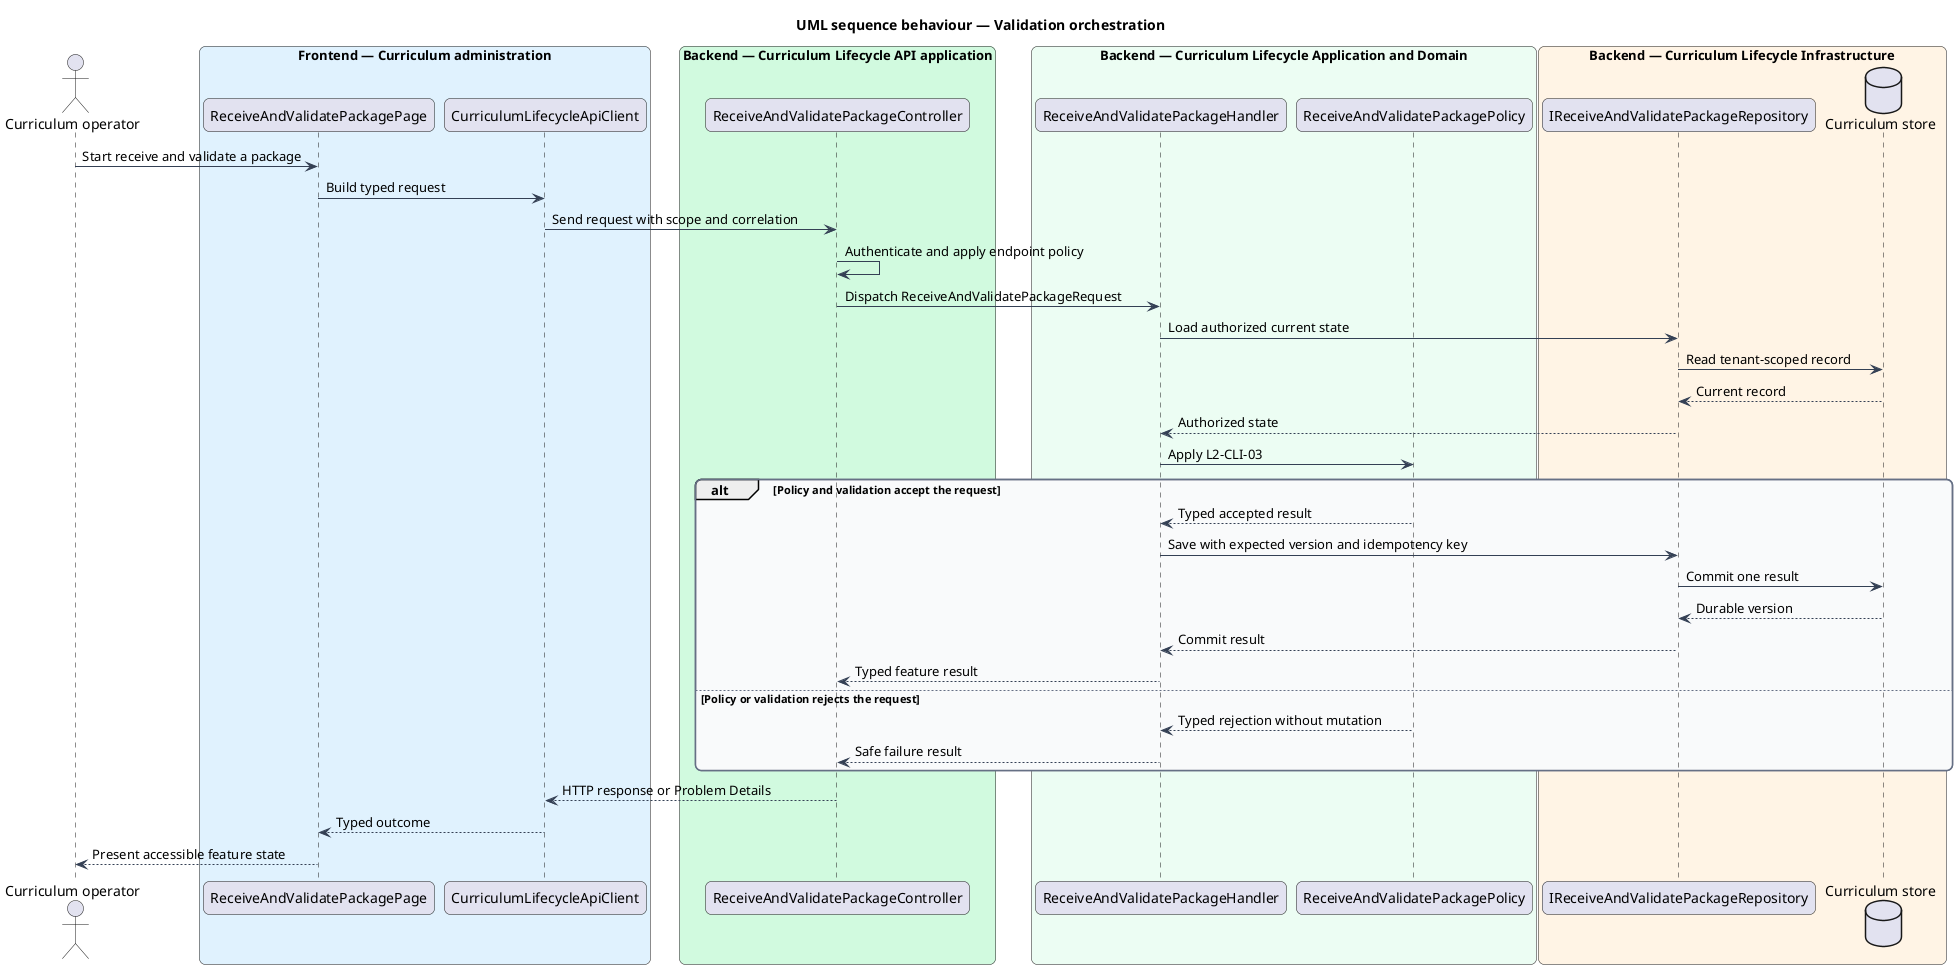
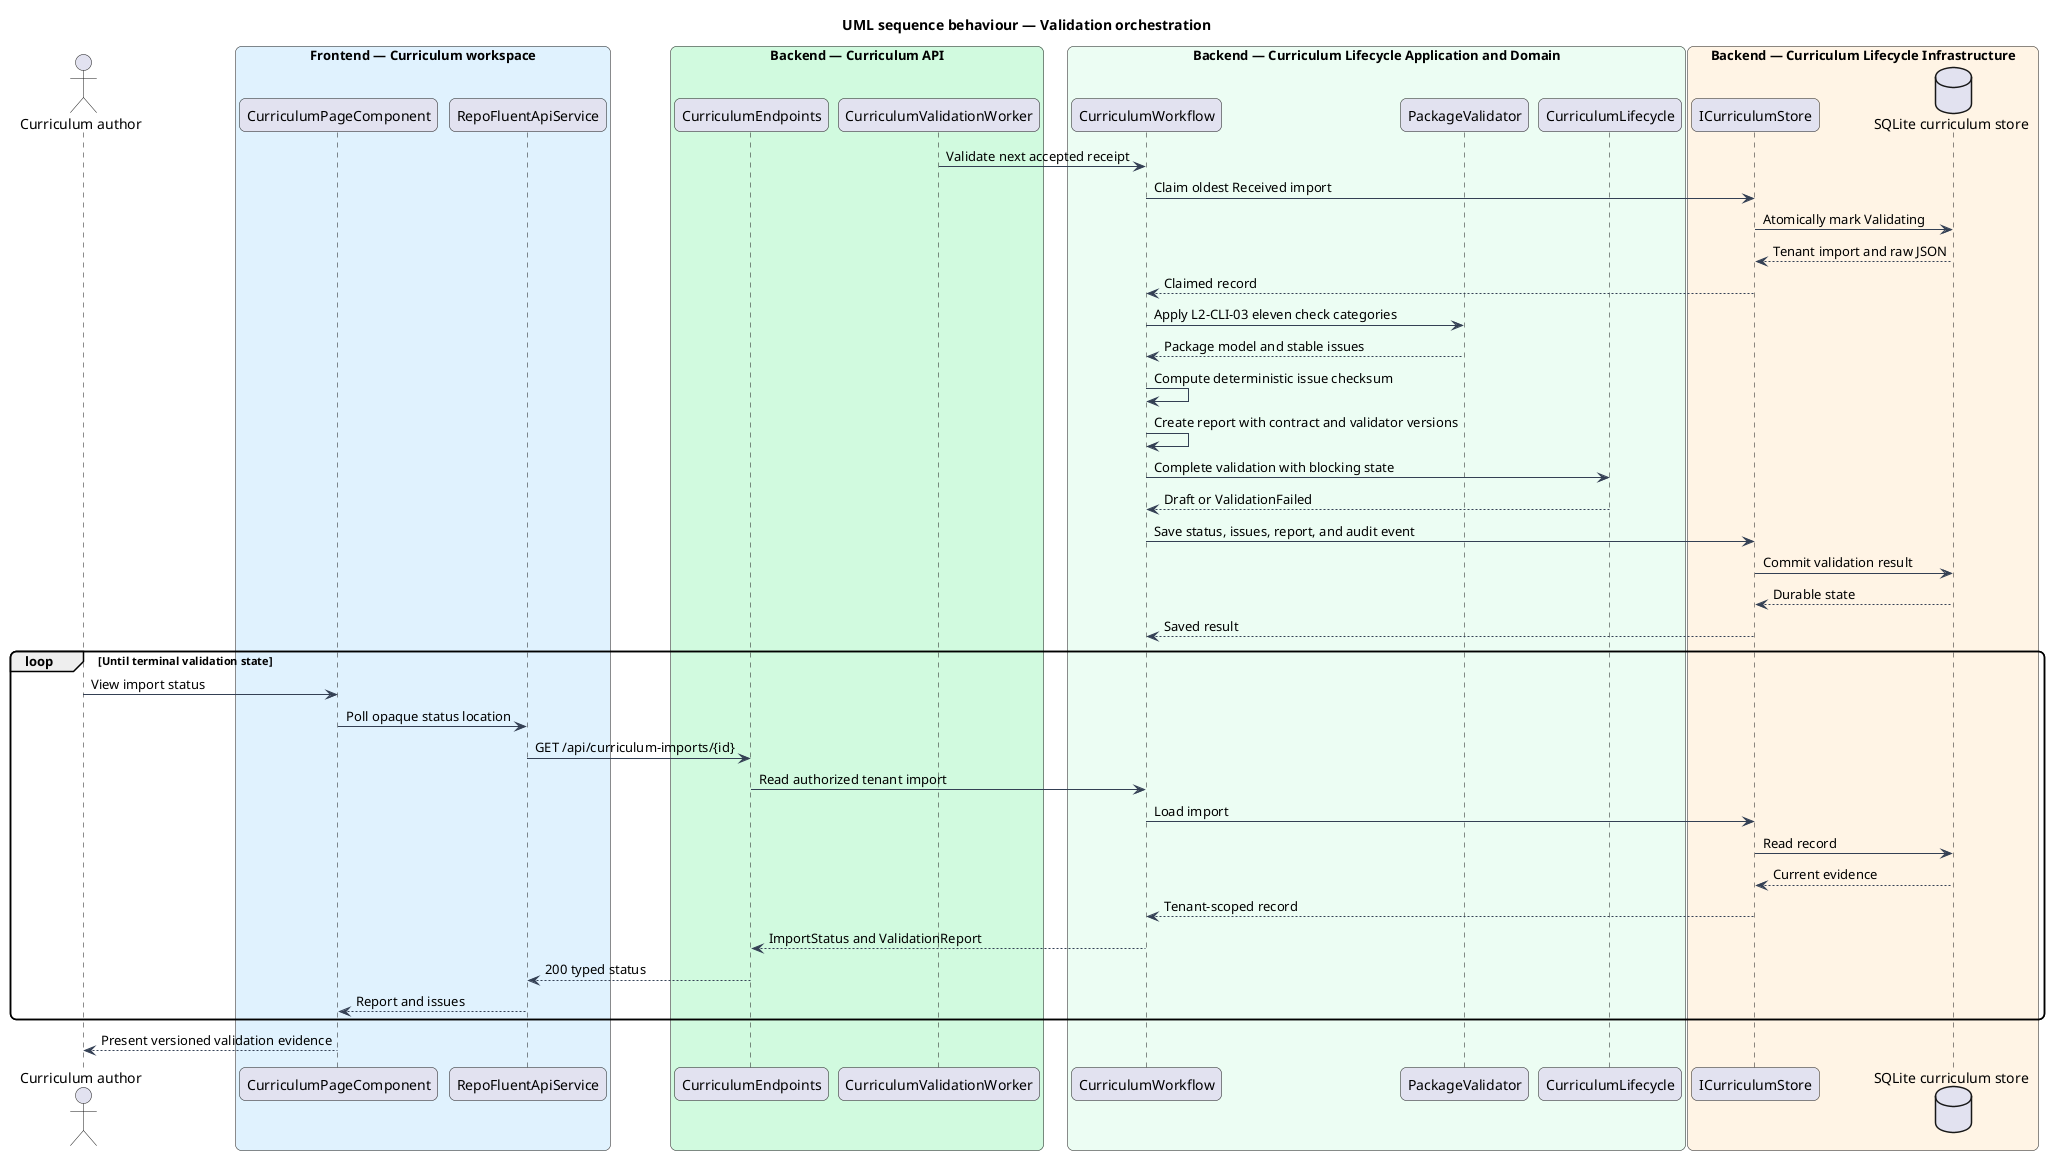
@startuml
title UML sequence behaviour — Validation orchestration
skinparam backgroundColor #FFFFFF
skinparam shadowing false
skinparam roundcorner 12
skinparam defaultFontName Arial
skinparam ArrowColor #344054
- skinparam rectangle {
-   BorderColor #344054
-   FontColor #101828
- }
- skinparam package {
-   BorderColor #667085
-   FontColor #101828
-   BackgroundColor #F9FAFB
- }
- actor "Curriculum operator" as actor
- box "Frontend — Curriculum administration" #E0F2FE
-   participant "ReceiveAndValidatePackagePage" as entry
-   participant "CurriculumLifecycleApiClient" as client
+ actor "Curriculum author" as author
+ box "Frontend — Curriculum workspace" #E0F2FE
+   participant "CurriculumPageComponent" as page
+   participant "RepoFluentApiService" as client
end box
- box "Backend — Curriculum Lifecycle API application" #D1FADF
-   participant "ReceiveAndValidatePackageController" as controller
+ box "Backend — Curriculum API" #D1FADF
+   participant "CurriculumEndpoints" as endpoints
+   participant "CurriculumValidationWorker" as worker
end box
box "Backend — Curriculum Lifecycle Application and Domain" #ECFDF3
-   participant "ReceiveAndValidatePackageHandler" as handler
-   participant "ReceiveAndValidatePackagePolicy" as policy
+   participant "CurriculumWorkflow" as workflow
+   participant "PackageValidator" as validator
+   participant "CurriculumLifecycle" as lifecycle
end box
box "Backend — Curriculum Lifecycle Infrastructure" #FFF4E5
-   participant "IReceiveAndValidatePackageRepository" as repository
-   database "Curriculum store" as store
+   participant "ICurriculumStore" as port
+   database "SQLite curriculum store" as store
end box
- actor -> entry : Start receive and validate a package
- entry -> client : Build typed request
- client -> controller : Send request with scope and correlation
- controller -> controller : Authenticate and apply endpoint policy
- controller -> handler : Dispatch ReceiveAndValidatePackageRequest
- handler -> repository : Load authorized current state
- repository -> store : Read tenant-scoped record
- store --> repository : Current record
- repository --> handler : Authorized state
- handler -> policy : Apply L2-CLI-03
- alt Policy and validation accept the request
-   policy --> handler : Typed accepted result
-   handler -> repository : Save with expected version and idempotency key
-   repository -> store : Commit one result
-   store --> repository : Durable version
-   repository --> handler : Commit result
-   handler --> controller : Typed feature result
- else Policy or validation rejects the request
-   policy --> handler : Typed rejection without mutation
-   handler --> controller : Safe failure result
+ 
+ worker -> workflow : Validate next accepted receipt
+ workflow -> port : Claim oldest Received import
+ port -> store : Atomically mark Validating
+ store --> port : Tenant import and raw JSON
+ port --> workflow : Claimed record
+ workflow -> validator : Apply L2-CLI-03 eleven check categories
+ validator --> workflow : Package model and stable issues
+ workflow -> workflow : Compute deterministic issue checksum
+ workflow -> workflow : Create report with contract and validator versions
+ workflow -> lifecycle : Complete validation with blocking state
+ lifecycle --> workflow : Draft or ValidationFailed
+ workflow -> port : Save status, issues, report, and audit event
+ port -> store : Commit validation result
+ store --> port : Durable state
+ port --> workflow : Saved result
+ 
+ loop Until terminal validation state
+   author -> page : View import status
+   page -> client : Poll opaque status location
+   client -> endpoints : GET /api/curriculum-imports/{id}
+   endpoints -> workflow : Read authorized tenant import
+   workflow -> port : Load import
+   port -> store : Read record
+   store --> port : Current evidence
+   port --> workflow : Tenant-scoped record
+   workflow --> endpoints : ImportStatus and ValidationReport
+   endpoints --> client : 200 typed status
+   client --> page : Report and issues
end
- controller --> client : HTTP response or Problem Details
- client --> entry : Typed outcome
- entry --> actor : Present accessible feature state
+ page --> author : Present versioned validation evidence
@enduml
